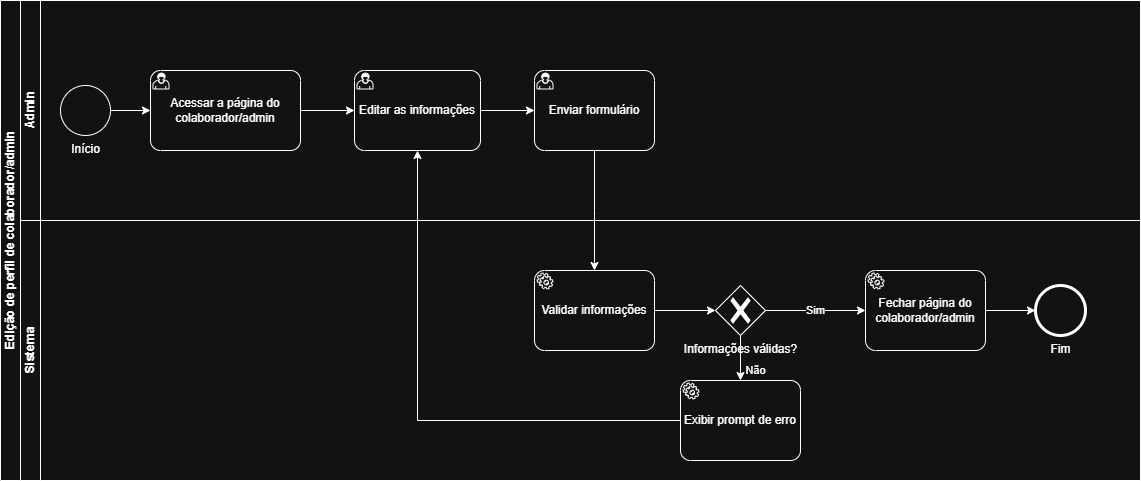
lsivolella/Servify keeps this draw.io diagram as docs/images/bpmn/gestao-de-usuario/bpmn-gestao-de-usuario-sp5.png. Above is the earlier version. Source tidied: cells renumbered, new cells last; positions are measured from the earlier drawing's top-left corner, leaving out a move shared by most shapes. The source it was exported from:
```xml
<mxGraphModel>
  <root>
    <mxCell id="0" />
    <mxCell id="1" parent="0" />
    <mxCell id="2" value="Edição de perfil de colaborador/admin" style="swimlane;horizontal=0;startSize=20;html=1;" parent="1" vertex="1">
      <mxGeometry width="1140" height="480" as="geometry" />
    </mxCell>
    <mxCell id="3" value="Admin" style="swimlane;startSize=20;horizontal=0;html=1;" parent="2" vertex="1">
      <mxGeometry x="20" width="1120" height="220" as="geometry" />
    </mxCell>
    <mxCell id="4" value="Início" style="points=[[0.145,0.145,0],[0.5,0,0],[0.855,0.145,0],[1,0.5,0],[0.855,0.855,0],[0.5,1,0],[0.145,0.855,0],[0,0.5,0]];shape=mxgraph.bpmn.event;html=1;verticalLabelPosition=bottom;labelBackgroundColor=#ffffff;verticalAlign=top;align=center;perimeter=ellipsePerimeter;outlineConnect=0;outline=standard;symbol=general;" parent="3" vertex="1">
      <mxGeometry x="40" y="85" width="50" height="50" as="geometry" />
    </mxCell>
    <mxCell id="5" value="Editar as informações" style="points=[[0.25,0,0],[0.5,0,0],[0.75,0,0],[1,0.25,0],[1,0.5,0],[1,0.75,0],[0.75,1,0],[0.5,1,0],[0.25,1,0],[0,0.75,0],[0,0.5,0],[0,0.25,0]];shape=mxgraph.bpmn.task2;whiteSpace=wrap;rectStyle=rounded;size=10;html=1;taskMarker=user;" parent="3" vertex="1">
      <mxGeometry x="334" y="70" width="126" height="80" as="geometry" />
    </mxCell>
    <mxCell id="6" value="Enviar formulário" style="points=[[0.25,0,0],[0.5,0,0],[0.75,0,0],[1,0.25,0],[1,0.5,0],[1,0.75,0],[0.75,1,0],[0.5,1,0],[0.25,1,0],[0,0.75,0],[0,0.5,0],[0,0.25,0]];shape=mxgraph.bpmn.task2;whiteSpace=wrap;rectStyle=rounded;size=10;html=1;taskMarker=user;" parent="3" vertex="1">
      <mxGeometry x="514" y="70" width="120" height="80" as="geometry" />
    </mxCell>
    <mxCell id="7" value="Acessar a página&amp;nbsp;do colaborador/admin" style="points=[[0.25,0,0],[0.5,0,0],[0.75,0,0],[1,0.25,0],[1,0.5,0],[1,0.75,0],[0.75,1,0],[0.5,1,0],[0.25,1,0],[0,0.75,0],[0,0.5,0],[0,0.25,0]];shape=mxgraph.bpmn.task2;whiteSpace=wrap;rectStyle=rounded;size=10;html=1;taskMarker=user;" parent="3" vertex="1">
      <mxGeometry x="130" y="70" width="150" height="80" as="geometry" />
    </mxCell>
    <mxCell id="8" style="edgeStyle=orthogonalEdgeStyle;rounded=0;jettySize=auto;html=1;entryX=0;entryY=0.5;entryDx=0;entryDy=0;entryPerimeter=0;" parent="3" edge="1" source="4" target="7">
      <mxGeometry relative="1" as="geometry" />
    </mxCell>
    <mxCell id="9" style="edgeStyle=orthogonalEdgeStyle;rounded=0;jettySize=auto;html=1;entryX=0;entryY=0.5;entryDx=0;entryDy=0;entryPerimeter=0;" parent="3" edge="1" source="7" target="5">
      <mxGeometry relative="1" as="geometry" />
    </mxCell>
    <mxCell id="10" style="edgeStyle=orthogonalEdgeStyle;rounded=0;jettySize=auto;html=1;entryX=0;entryY=0.5;entryDx=0;entryDy=0;entryPerimeter=0;" parent="3" edge="1" source="5" target="6">
      <mxGeometry relative="1" as="geometry" />
    </mxCell>
    <mxCell id="11" value="Sistema" style="swimlane;startSize=20;horizontal=0;html=1;" parent="2" vertex="1">
      <mxGeometry x="20" y="220" width="1120" height="260" as="geometry" />
    </mxCell>
    <mxCell id="12" value="Validar informações" style="points=[[0.25,0,0],[0.5,0,0],[0.75,0,0],[1,0.25,0],[1,0.5,0],[1,0.75,0],[0.75,1,0],[0.5,1,0],[0.25,1,0],[0,0.75,0],[0,0.5,0],[0,0.25,0]];shape=mxgraph.bpmn.task2;whiteSpace=wrap;rectStyle=rounded;size=10;html=1;taskMarker=service;" parent="11" vertex="1">
      <mxGeometry x="514" y="50" width="120" height="80" as="geometry" />
    </mxCell>
    <mxCell id="13" value="Informações válidas?" style="points=[[0.25,0.25,0],[0.5,0,0],[0.75,0.25,0],[1,0.5,0],[0.75,0.75,0],[0.5,1,0],[0.25,0.75,0],[0,0.5,0]];shape=mxgraph.bpmn.gateway2;html=1;verticalLabelPosition=bottom;labelBackgroundColor=#ffffff;verticalAlign=top;align=center;perimeter=rhombusPerimeter;outlineConnect=0;outline=none;symbol=none;gwType=exclusive;" parent="11" vertex="1">
      <mxGeometry x="695" y="65" width="50" height="50" as="geometry" />
    </mxCell>
    <mxCell id="14" value="Fim" style="points=[[0.145,0.145,0],[0.5,0,0],[0.855,0.145,0],[1,0.5,0],[0.855,0.855,0],[0.5,1,0],[0.145,0.855,0],[0,0.5,0]];shape=mxgraph.bpmn.event;html=1;verticalLabelPosition=bottom;labelBackgroundColor=#ffffff;verticalAlign=top;align=center;perimeter=ellipsePerimeter;outlineConnect=0;outline=end;symbol=terminate2;" parent="11" vertex="1">
      <mxGeometry x="1015" y="65" width="50" height="50" as="geometry" />
    </mxCell>
    <mxCell id="15" value="Fechar página do colaborador/admin" style="points=[[0.25,0,0],[0.5,0,0],[0.75,0,0],[1,0.25,0],[1,0.5,0],[1,0.75,0],[0.75,1,0],[0.5,1,0],[0.25,1,0],[0,0.75,0],[0,0.5,0],[0,0.25,0]];shape=mxgraph.bpmn.task2;whiteSpace=wrap;rectStyle=rounded;size=10;html=1;taskMarker=service;" parent="11" vertex="1">
      <mxGeometry x="845" y="50" width="120" height="80" as="geometry" />
    </mxCell>
    <mxCell id="16" style="edgeStyle=orthogonalEdgeStyle;rounded=0;jettySize=auto;html=1;entryX=0;entryY=0.5;entryDx=0;entryDy=0;entryPerimeter=0;" parent="11" edge="1" source="12" target="13">
      <mxGeometry relative="1" as="geometry" />
    </mxCell>
    <mxCell id="17" value="Exibir prompt de erro" style="points=[[0.25,0,0],[0.5,0,0],[0.75,0,0],[1,0.25,0],[1,0.5,0],[1,0.75,0],[0.75,1,0],[0.5,1,0],[0.25,1,0],[0,0.75,0],[0,0.5,0],[0,0.25,0]];shape=mxgraph.bpmn.task2;whiteSpace=wrap;rectStyle=rounded;size=10;html=1;taskMarker=service;" parent="11" vertex="1">
      <mxGeometry x="660" y="160" width="120" height="80" as="geometry" />
    </mxCell>
    <mxCell id="18" value="Não" style="edgeStyle=orthogonalEdgeStyle;rounded=0;jettySize=auto;html=1;entryX=0.5;entryY=0;entryDx=0;entryDy=0;entryPerimeter=0;" parent="11" edge="1" source="13" target="17">
      <mxGeometry x="0.56" y="15" relative="1" as="geometry" />
    </mxCell>
    <mxCell id="19" style="edgeStyle=orthogonalEdgeStyle;rounded=0;jettySize=auto;html=1;entryX=0;entryY=0.5;entryDx=0;entryDy=0;entryPerimeter=0;" parent="11" edge="1" source="15" target="14">
      <mxGeometry relative="1" as="geometry" />
    </mxCell>
    <mxCell id="20" value="Sim" style="edgeStyle=orthogonalEdgeStyle;rounded=0;jettySize=auto;html=1;entryX=0;entryY=0.5;entryDx=0;entryDy=0;entryPerimeter=0;" parent="11" edge="1" source="13" target="15">
      <mxGeometry relative="1" as="geometry" />
    </mxCell>
    <mxCell id="21" style="edgeStyle=orthogonalEdgeStyle;rounded=0;jettySize=auto;html=1;entryX=0.5;entryY=0;entryDx=0;entryDy=0;entryPerimeter=0;exitX=0.5;exitY=1;exitDx=0;exitDy=0;exitPerimeter=0;" parent="2" edge="1" source="6" target="12">
      <mxGeometry relative="1" as="geometry">
        <Array as="points">
          <mxPoint x="594" y="210" />
          <mxPoint x="594" y="210" />
        </Array>
      </mxGeometry>
    </mxCell>
    <mxCell id="22" style="edgeStyle=orthogonalEdgeStyle;rounded=0;jettySize=auto;html=1;entryX=0.5;entryY=1;entryDx=0;entryDy=0;entryPerimeter=0;" parent="2" edge="1" source="17" target="5">
      <mxGeometry relative="1" as="geometry" />
    </mxCell>
  </root>
</mxGraphModel>
```
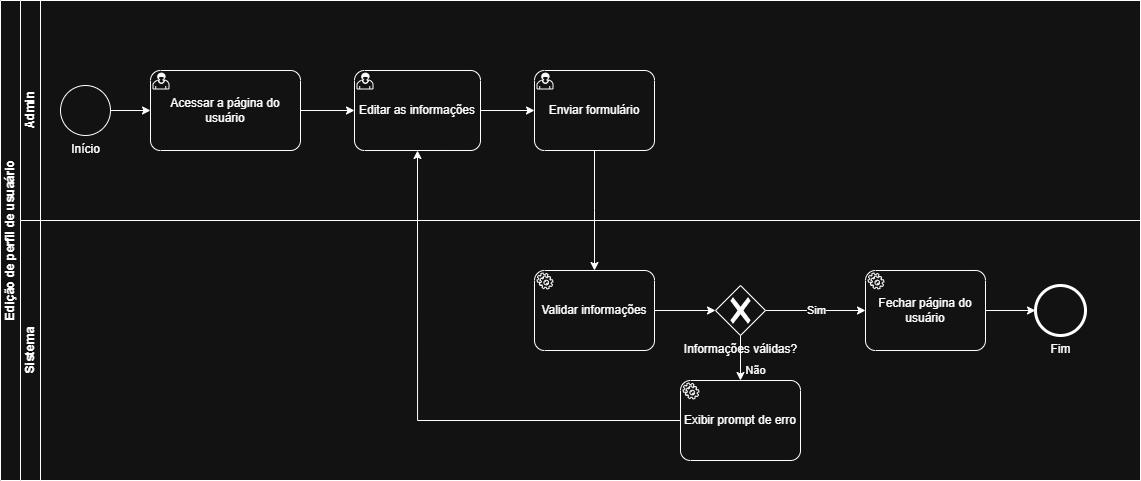
The same file after the commit.

What changed in the source:
```diff
@@ -2,7 +2,7 @@
   <root>
     <mxCell id="0" />
     <mxCell id="1" parent="0" />
-    <mxCell id="2" value="Edição de perfil de colaborador/admin" style="swimlane;horizontal=0;startSize=20;html=1;" parent="1" vertex="1">
+    <mxCell id="2" value="Edição de perfil de usuaário" style="swimlane;horizontal=0;startSize=20;html=1;" parent="1" vertex="1">
       <mxGeometry width="1140" height="480" as="geometry" />
     </mxCell>
     <mxCell id="3" value="Admin" style="swimlane;startSize=20;horizontal=0;html=1;" parent="2" vertex="1">
@@ -17,7 +17,7 @@
     <mxCell id="6" value="Enviar formulário" style="points=[[0.25,0,0],[0.5,0,0],[0.75,0,0],[1,0.25,0],[1,0.5,0],[1,0.75,0],[0.75,1,0],[0.5,1,0],[0.25,1,0],[0,0.75,0],[0,0.5,0],[0,0.25,0]];shape=mxgraph.bpmn.task2;whiteSpace=wrap;rectStyle=rounded;size=10;html=1;taskMarker=user;" parent="3" vertex="1">
       <mxGeometry x="514" y="70" width="120" height="80" as="geometry" />
     </mxCell>
-    <mxCell id="7" value="Acessar a página&amp;nbsp;do colaborador/admin" style="points=[[0.25,0,0],[0.5,0,0],[0.75,0,0],[1,0.25,0],[1,0.5,0],[1,0.75,0],[0.75,1,0],[0.5,1,0],[0.25,1,0],[0,0.75,0],[0,0.5,0],[0,0.25,0]];shape=mxgraph.bpmn.task2;whiteSpace=wrap;rectStyle=rounded;size=10;html=1;taskMarker=user;" parent="3" vertex="1">
+    <mxCell id="7" value="Acessar a página&amp;nbsp;do usuário" style="points=[[0.25,0,0],[0.5,0,0],[0.75,0,0],[1,0.25,0],[1,0.5,0],[1,0.75,0],[0.75,1,0],[0.5,1,0],[0.25,1,0],[0,0.75,0],[0,0.5,0],[0,0.25,0]];shape=mxgraph.bpmn.task2;whiteSpace=wrap;rectStyle=rounded;size=10;html=1;taskMarker=user;" parent="3" vertex="1">
       <mxGeometry x="130" y="70" width="150" height="80" as="geometry" />
     </mxCell>
     <mxCell id="8" style="edgeStyle=orthogonalEdgeStyle;rounded=0;jettySize=auto;html=1;entryX=0;entryY=0.5;entryDx=0;entryDy=0;entryPerimeter=0;" parent="3" edge="1" source="4" target="7">
@@ -41,7 +41,7 @@
     <mxCell id="14" value="Fim" style="points=[[0.145,0.145,0],[0.5,0,0],[0.855,0.145,0],[1,0.5,0],[0.855,0.855,0],[0.5,1,0],[0.145,0.855,0],[0,0.5,0]];shape=mxgraph.bpmn.event;html=1;verticalLabelPosition=bottom;labelBackgroundColor=#ffffff;verticalAlign=top;align=center;perimeter=ellipsePerimeter;outlineConnect=0;outline=end;symbol=terminate2;" parent="11" vertex="1">
       <mxGeometry x="1015" y="65" width="50" height="50" as="geometry" />
     </mxCell>
-    <mxCell id="15" value="Fechar página do colaborador/admin" style="points=[[0.25,0,0],[0.5,0,0],[0.75,0,0],[1,0.25,0],[1,0.5,0],[1,0.75,0],[0.75,1,0],[0.5,1,0],[0.25,1,0],[0,0.75,0],[0,0.5,0],[0,0.25,0]];shape=mxgraph.bpmn.task2;whiteSpace=wrap;rectStyle=rounded;size=10;html=1;taskMarker=service;" parent="11" vertex="1">
+    <mxCell id="15" value="Fechar página do usuário" style="points=[[0.25,0,0],[0.5,0,0],[0.75,0,0],[1,0.25,0],[1,0.5,0],[1,0.75,0],[0.75,1,0],[0.5,1,0],[0.25,1,0],[0,0.75,0],[0,0.5,0],[0,0.25,0]];shape=mxgraph.bpmn.task2;whiteSpace=wrap;rectStyle=rounded;size=10;html=1;taskMarker=service;" parent="11" vertex="1">
       <mxGeometry x="845" y="50" width="120" height="80" as="geometry" />
     </mxCell>
     <mxCell id="16" style="edgeStyle=orthogonalEdgeStyle;rounded=0;jettySize=auto;html=1;entryX=0;entryY=0.5;entryDx=0;entryDy=0;entryPerimeter=0;" parent="11" edge="1" source="12" target="13">
```
